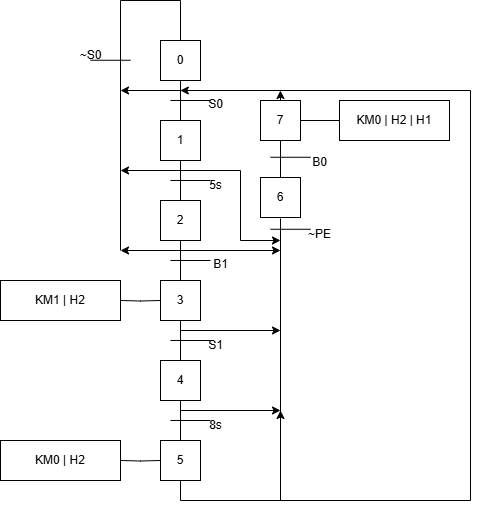
Above: Images/Q3/grafset.png in Filipe-Cavalheiro/TCN_Lab (draw.io), before the change. Source tidied: cells renumbered, new cells last; positions are measured from the earlier drawing's top-left corner, leaving out a move shared by most shapes. Source of this version:
```xml
<mxGraphModel>
  <root>
    <mxCell id="0" />
    <mxCell id="1" parent="0" />
    <mxCell id="2" value="0" style="whiteSpace=wrap;html=1;" parent="1" vertex="1">
      <mxGeometry x="160" y="40" width="40" height="40" as="geometry" />
    </mxCell>
    <mxCell id="3" value="1" style="whiteSpace=wrap;html=1;" parent="1" vertex="1">
      <mxGeometry x="160" y="120" width="40" height="40" as="geometry" />
    </mxCell>
    <mxCell id="4" style="endArrow=none;html=1;rounded=0;entryX=0.5;entryY=1;entryDx=0;entryDy=0;exitX=0.5;exitY=0;exitDx=0;exitDy=0;" parent="1" edge="1" source="3" target="2">
      <mxGeometry relative="1" as="geometry" />
    </mxCell>
    <mxCell id="5" style="endArrow=none;html=1;rounded=0;" parent="1" edge="1">
      <mxGeometry relative="1" as="geometry">
        <mxPoint x="170" y="100" as="sourcePoint" />
        <mxPoint x="210" y="100" as="targetPoint" />
      </mxGeometry>
    </mxCell>
    <mxCell id="6" value="S0" style="text;html=1;align=center;verticalAlign=middle;strokeColor=none;fillColor=none;" parent="1" vertex="1">
      <mxGeometry x="195" y="89" width="40" height="30" as="geometry" />
    </mxCell>
    <mxCell id="7" style="edgeStyle=orthogonalEdgeStyle;rounded=0;jettySize=auto;html=1;exitX=0;exitY=0.5;exitDx=0;exitDy=0;entryX=1;entryY=0.5;entryDx=0;entryDy=0;endArrow=none;startFill=0;" parent="1" edge="1" target="25">
      <mxGeometry relative="1" as="geometry">
        <mxPoint x="160" y="300" as="sourcePoint" />
      </mxGeometry>
    </mxCell>
    <mxCell id="8" value="2" style="whiteSpace=wrap;html=1;" parent="1" vertex="1">
      <mxGeometry x="160" y="200" width="40" height="40" as="geometry" />
    </mxCell>
    <mxCell id="9" style="endArrow=none;html=1;rounded=0;entryX=0.5;entryY=1;entryDx=0;entryDy=0;exitX=0.5;exitY=0;exitDx=0;exitDy=0;" parent="1" edge="1" source="8">
      <mxGeometry relative="1" as="geometry">
        <mxPoint x="180" y="160" as="targetPoint" />
      </mxGeometry>
    </mxCell>
    <mxCell id="10" style="endArrow=none;html=1;rounded=0;" parent="1" edge="1">
      <mxGeometry relative="1" as="geometry">
        <mxPoint x="170" y="180" as="sourcePoint" />
        <mxPoint x="210" y="180" as="targetPoint" />
      </mxGeometry>
    </mxCell>
    <mxCell id="11" value="5s" style="text;html=1;align=center;verticalAlign=middle;strokeColor=none;fillColor=none;" parent="1" vertex="1">
      <mxGeometry x="195" y="170" width="40" height="30" as="geometry" />
    </mxCell>
    <mxCell id="12" value="3" style="whiteSpace=wrap;html=1;" parent="1" vertex="1">
      <mxGeometry x="160" y="280" width="40" height="40" as="geometry" />
    </mxCell>
    <mxCell id="13" style="endArrow=none;html=1;rounded=0;entryX=0.5;entryY=1;entryDx=0;entryDy=0;exitX=0.5;exitY=0;exitDx=0;exitDy=0;" parent="1" edge="1" source="12">
      <mxGeometry relative="1" as="geometry">
        <mxPoint x="180" y="240" as="targetPoint" />
      </mxGeometry>
    </mxCell>
    <mxCell id="14" style="endArrow=none;html=1;rounded=0;" parent="1" edge="1">
      <mxGeometry relative="1" as="geometry">
        <mxPoint x="170" y="260" as="sourcePoint" />
        <mxPoint x="210" y="260" as="targetPoint" />
      </mxGeometry>
    </mxCell>
    <mxCell id="15" value="S1" style="text;html=1;align=center;verticalAlign=middle;strokeColor=none;fillColor=none;" parent="1" vertex="1">
      <mxGeometry x="195" y="330" width="40" height="30" as="geometry" />
    </mxCell>
    <mxCell id="16" style="edgeStyle=orthogonalEdgeStyle;rounded=0;jettySize=auto;html=1;exitX=0;exitY=0.5;exitDx=0;exitDy=0;entryX=1;entryY=0.5;entryDx=0;entryDy=0;endArrow=none;startFill=0;" parent="1" edge="1" target="26">
      <mxGeometry relative="1" as="geometry">
        <mxPoint x="160" y="460" as="sourcePoint" />
      </mxGeometry>
    </mxCell>
    <mxCell id="17" value="4" style="whiteSpace=wrap;html=1;" parent="1" vertex="1">
      <mxGeometry x="160" y="360" width="40" height="40" as="geometry" />
    </mxCell>
    <mxCell id="18" style="endArrow=none;html=1;rounded=0;entryX=0.5;entryY=1;entryDx=0;entryDy=0;exitX=0.5;exitY=0;exitDx=0;exitDy=0;" parent="1" edge="1" source="17">
      <mxGeometry relative="1" as="geometry">
        <mxPoint x="180" y="320" as="targetPoint" />
      </mxGeometry>
    </mxCell>
    <mxCell id="19" style="endArrow=none;html=1;rounded=0;" parent="1" edge="1">
      <mxGeometry relative="1" as="geometry">
        <mxPoint x="170" y="340" as="sourcePoint" />
        <mxPoint x="210" y="340" as="targetPoint" />
      </mxGeometry>
    </mxCell>
    <mxCell id="20" value="8s" style="text;html=1;align=center;verticalAlign=middle;strokeColor=none;fillColor=none;" parent="1" vertex="1">
      <mxGeometry x="195" y="410" width="40" height="30" as="geometry" />
    </mxCell>
    <mxCell id="21" style="edgeStyle=orthogonalEdgeStyle;rounded=0;jettySize=auto;html=1;exitX=0.5;exitY=1;exitDx=0;exitDy=0;" parent="1" edge="1" source="22">
      <mxGeometry relative="1" as="geometry">
        <mxPoint x="179.8" y="90" as="targetPoint" />
        <Array as="points">
          <mxPoint x="180" y="500" />
          <mxPoint x="470" y="500" />
          <mxPoint x="470" y="90" />
        </Array>
      </mxGeometry>
    </mxCell>
    <mxCell id="22" value="5" style="whiteSpace=wrap;html=1;" parent="1" vertex="1">
      <mxGeometry x="160" y="440" width="40" height="40" as="geometry" />
    </mxCell>
    <mxCell id="23" style="endArrow=none;html=1;rounded=0;entryX=0.5;entryY=1;entryDx=0;entryDy=0;exitX=0.5;exitY=0;exitDx=0;exitDy=0;" parent="1" edge="1" source="22">
      <mxGeometry relative="1" as="geometry">
        <mxPoint x="180" y="400" as="targetPoint" />
      </mxGeometry>
    </mxCell>
    <mxCell id="24" style="endArrow=none;html=1;rounded=0;" parent="1" edge="1">
      <mxGeometry relative="1" as="geometry">
        <mxPoint x="170" y="420" as="sourcePoint" />
        <mxPoint x="210" y="420" as="targetPoint" />
      </mxGeometry>
    </mxCell>
    <mxCell id="25" value="KM1 | H2" style="rounded=0;whiteSpace=wrap;html=1;" parent="1" vertex="1">
      <mxGeometry y="280" width="120" height="40" as="geometry" />
    </mxCell>
    <mxCell id="26" value="KM0 | H2" style="rounded=0;whiteSpace=wrap;html=1;" parent="1" vertex="1">
      <mxGeometry y="440" width="120" height="40" as="geometry" />
    </mxCell>
    <mxCell id="27" style="endArrow=classic;html=1;rounded=0;" parent="1" edge="1">
      <mxGeometry relative="1" as="geometry">
        <mxPoint x="180" y="170" as="sourcePoint" />
        <mxPoint x="120" y="170" as="targetPoint" />
      </mxGeometry>
    </mxCell>
    <mxCell id="28" style="endArrow=classic;html=1;rounded=0;" parent="1" edge="1">
      <mxGeometry relative="1" as="geometry">
        <mxPoint x="180" y="90" as="sourcePoint" />
        <mxPoint x="120" y="90" as="targetPoint" />
      </mxGeometry>
    </mxCell>
    <mxCell id="29" style="endArrow=none;html=1;rounded=0;entryX=0.5;entryY=0;entryDx=0;entryDy=0;" parent="1" edge="1" target="2">
      <mxGeometry relative="1" as="geometry">
        <mxPoint x="120" y="250" as="sourcePoint" />
        <Array as="points">
          <mxPoint x="120" />
          <mxPoint x="180" />
        </Array>
      </mxGeometry>
    </mxCell>
    <mxCell id="30" style="endArrow=none;html=1;rounded=0;" parent="1" edge="1">
      <mxGeometry relative="1" as="geometry">
        <mxPoint x="90" y="59.8" as="sourcePoint" />
        <mxPoint x="130" y="59.8" as="targetPoint" />
      </mxGeometry>
    </mxCell>
    <mxCell id="31" value="~S0" style="text;html=1;align=center;verticalAlign=middle;strokeColor=none;fillColor=none;" parent="1" vertex="1">
      <mxGeometry x="65" y="40" width="50" height="30" as="geometry" />
    </mxCell>
    <mxCell id="32" value="B1" style="text;html=1;align=center;verticalAlign=middle;strokeColor=none;fillColor=none;" parent="1" vertex="1">
      <mxGeometry x="200" y="249" width="40" height="30" as="geometry" />
    </mxCell>
    <mxCell id="33" style="endArrow=classic;html=1;rounded=0;" parent="1" edge="1">
      <mxGeometry relative="1" as="geometry">
        <mxPoint x="180" y="250" as="sourcePoint" />
        <mxPoint x="120" y="250" as="targetPoint" />
      </mxGeometry>
    </mxCell>
    <mxCell id="34" style="endArrow=classic;html=1;rounded=0;" parent="1" edge="1">
      <mxGeometry relative="1" as="geometry">
        <mxPoint x="180" y="170" as="sourcePoint" />
        <mxPoint x="280" y="240" as="targetPoint" />
        <Array as="points">
          <mxPoint x="240" y="170" />
          <mxPoint x="240" y="240" />
        </Array>
      </mxGeometry>
    </mxCell>
    <mxCell id="35" style="endArrow=classic;html=1;rounded=0;" parent="1" edge="1">
      <mxGeometry relative="1" as="geometry">
        <mxPoint x="180" y="250" as="sourcePoint" />
        <mxPoint x="280" y="250" as="targetPoint" />
      </mxGeometry>
    </mxCell>
    <mxCell id="36" style="endArrow=classic;html=1;rounded=0;" parent="1" edge="1">
      <mxGeometry relative="1" as="geometry">
        <mxPoint x="180" y="330" as="sourcePoint" />
        <mxPoint x="280" y="330" as="targetPoint" />
      </mxGeometry>
    </mxCell>
    <mxCell id="37" style="endArrow=classic;html=1;rounded=0;" parent="1" edge="1">
      <mxGeometry relative="1" as="geometry">
        <mxPoint x="180" y="410" as="sourcePoint" />
        <mxPoint x="280" y="410" as="targetPoint" />
      </mxGeometry>
    </mxCell>
    <mxCell id="38" style="endArrow=classic;html=1;rounded=0;" parent="1" edge="1">
      <mxGeometry relative="1" as="geometry">
        <mxPoint x="280" y="500" as="sourcePoint" />
        <mxPoint x="280" y="410" as="targetPoint" />
      </mxGeometry>
    </mxCell>
    <mxCell id="39" style="endArrow=none;html=1;rounded=0;" parent="1" edge="1">
      <mxGeometry relative="1" as="geometry">
        <mxPoint x="280" y="468" as="sourcePoint" />
        <mxPoint x="280" y="218" as="targetPoint" />
      </mxGeometry>
    </mxCell>
    <mxCell id="40" style="edgeStyle=orthogonalEdgeStyle;rounded=0;jettySize=auto;html=1;exitX=0.5;exitY=0;exitDx=0;exitDy=0;entryX=0.5;entryY=1;entryDx=0;entryDy=0;endArrow=none;startFill=0;" parent="1" edge="1" source="41" target="47">
      <mxGeometry relative="1" as="geometry" />
    </mxCell>
    <mxCell id="41" value="6" style="rounded=0;whiteSpace=wrap;html=1;" parent="1" vertex="1">
      <mxGeometry x="260" y="177" width="40" height="40" as="geometry" />
    </mxCell>
    <mxCell id="42" value="KM0 | H2 | H1" style="rounded=0;whiteSpace=wrap;html=1;" parent="1" vertex="1">
      <mxGeometry x="339" y="100" width="110" height="40" as="geometry" />
    </mxCell>
    <mxCell id="43" style="endArrow=none;html=1;rounded=0;" parent="1" edge="1">
      <mxGeometry relative="1" as="geometry">
        <mxPoint x="270" y="228.8" as="sourcePoint" />
        <mxPoint x="310" y="228.8" as="targetPoint" />
      </mxGeometry>
    </mxCell>
    <mxCell id="44" value="~PE" style="text;html=1;align=center;verticalAlign=middle;strokeColor=none;fillColor=none;" parent="1" vertex="1">
      <mxGeometry x="294" y="219" width="50" height="30" as="geometry" />
    </mxCell>
    <mxCell id="45" style="edgeStyle=orthogonalEdgeStyle;rounded=0;jettySize=auto;html=1;exitX=1;exitY=0.5;exitDx=0;exitDy=0;entryX=0;entryY=0.5;entryDx=0;entryDy=0;endArrow=none;startFill=0;" parent="1" edge="1" source="47" target="42">
      <mxGeometry relative="1" as="geometry" />
    </mxCell>
    <mxCell id="46" style="edgeStyle=orthogonalEdgeStyle;rounded=0;jettySize=auto;html=1;exitX=0.5;exitY=0;exitDx=0;exitDy=0;" parent="1" edge="1" source="47">
      <mxGeometry relative="1" as="geometry">
        <mxPoint x="279.9" y="90" as="targetPoint" />
      </mxGeometry>
    </mxCell>
    <mxCell id="47" value="7" style="rounded=0;whiteSpace=wrap;html=1;" parent="1" vertex="1">
      <mxGeometry x="260" y="100" width="40" height="40" as="geometry" />
    </mxCell>
    <mxCell id="48" style="endArrow=none;html=1;rounded=0;" parent="1" edge="1">
      <mxGeometry relative="1" as="geometry">
        <mxPoint x="270" y="156.8" as="sourcePoint" />
        <mxPoint x="310" y="156.8" as="targetPoint" />
      </mxGeometry>
    </mxCell>
    <mxCell id="49" value="B0" style="text;html=1;align=center;verticalAlign=middle;strokeColor=none;fillColor=none;" parent="1" vertex="1">
      <mxGeometry x="299" y="147" width="40" height="30" as="geometry" />
    </mxCell>
  </root>
</mxGraphModel>
```
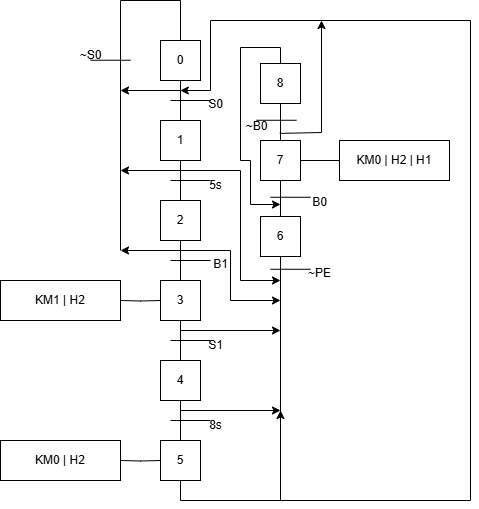
The same file after the commit.

Commit message:
Replaced some of the grafsets

TODO:
- add drawn Images.
- change introductions and conclusions.

Change to the diagram source:
```diff
@@ -87,7 +87,9 @@
         <Array as="points">
           <mxPoint x="180" y="500" />
           <mxPoint x="470" y="500" />
-          <mxPoint x="470" y="90" />
+          <mxPoint x="470" y="20" />
+          <mxPoint x="210" y="20" />
+          <mxPoint x="210" y="90" />
         </Array>
       </mxGeometry>
     </mxCell>
@@ -153,17 +155,21 @@
     <mxCell id="34" style="endArrow=classic;html=1;rounded=0;" parent="1" edge="1">
       <mxGeometry relative="1" as="geometry">
         <mxPoint x="180" y="170" as="sourcePoint" />
-        <mxPoint x="280" y="240" as="targetPoint" />
+        <mxPoint x="280" y="280" as="targetPoint" />
         <Array as="points">
           <mxPoint x="240" y="170" />
-          <mxPoint x="240" y="240" />
+          <mxPoint x="240" y="280" />
         </Array>
       </mxGeometry>
     </mxCell>
     <mxCell id="35" style="endArrow=classic;html=1;rounded=0;" parent="1" edge="1">
       <mxGeometry relative="1" as="geometry">
         <mxPoint x="180" y="250" as="sourcePoint" />
-        <mxPoint x="280" y="250" as="targetPoint" />
+        <mxPoint x="280" y="300" as="targetPoint" />
+        <Array as="points">
+          <mxPoint x="230" y="250" />
+          <mxPoint x="230" y="300" />
+        </Array>
       </mxGeometry>
     </mxCell>
     <mxCell id="36" style="endArrow=classic;html=1;rounded=0;" parent="1" edge="1">
@@ -190,43 +196,80 @@
         <mxPoint x="280" y="218" as="targetPoint" />
       </mxGeometry>
     </mxCell>
-    <mxCell id="40" style="edgeStyle=orthogonalEdgeStyle;rounded=0;jettySize=auto;html=1;exitX=0.5;exitY=0;exitDx=0;exitDy=0;entryX=0.5;entryY=1;entryDx=0;entryDy=0;endArrow=none;startFill=0;" parent="1" edge="1" source="41" target="47">
-      <mxGeometry relative="1" as="geometry" />
+    <mxCell id="40" style="edgeStyle=orthogonalEdgeStyle;rounded=0;jettySize=auto;html=1;exitX=0.5;exitY=0;exitDx=0;exitDy=0;entryX=0.5;entryY=1;entryDx=0;entryDy=0;endArrow=none;startFill=0;" parent="1" edge="1" target="47">
+      <mxGeometry relative="1" as="geometry">
+        <mxPoint x="280" y="217" as="sourcePoint" />
+      </mxGeometry>
     </mxCell>
     <mxCell id="41" value="6" style="rounded=0;whiteSpace=wrap;html=1;" parent="1" vertex="1">
-      <mxGeometry x="260" y="177" width="40" height="40" as="geometry" />
+      <mxGeometry x="260" y="216" width="40" height="40" as="geometry" />
     </mxCell>
     <mxCell id="42" value="KM0 | H2 | H1" style="rounded=0;whiteSpace=wrap;html=1;" parent="1" vertex="1">
-      <mxGeometry x="339" y="100" width="110" height="40" as="geometry" />
+      <mxGeometry x="339" y="140" width="110" height="40" as="geometry" />
     </mxCell>
     <mxCell id="43" style="endArrow=none;html=1;rounded=0;" parent="1" edge="1">
       <mxGeometry relative="1" as="geometry">
-        <mxPoint x="270" y="228.8" as="sourcePoint" />
-        <mxPoint x="310" y="228.8" as="targetPoint" />
+        <mxPoint x="270" y="268.8" as="sourcePoint" />
+        <mxPoint x="310" y="268.8" as="targetPoint" />
       </mxGeometry>
     </mxCell>
     <mxCell id="44" value="~PE" style="text;html=1;align=center;verticalAlign=middle;strokeColor=none;fillColor=none;" parent="1" vertex="1">
-      <mxGeometry x="294" y="219" width="50" height="30" as="geometry" />
+      <mxGeometry x="294" y="258" width="50" height="30" as="geometry" />
     </mxCell>
     <mxCell id="45" style="edgeStyle=orthogonalEdgeStyle;rounded=0;jettySize=auto;html=1;exitX=1;exitY=0.5;exitDx=0;exitDy=0;entryX=0;entryY=0.5;entryDx=0;entryDy=0;endArrow=none;startFill=0;" parent="1" edge="1" source="47" target="42">
       <mxGeometry relative="1" as="geometry" />
     </mxCell>
-    <mxCell id="46" style="edgeStyle=orthogonalEdgeStyle;rounded=0;jettySize=auto;html=1;exitX=0.5;exitY=0;exitDx=0;exitDy=0;" parent="1" edge="1" source="47">
-      <mxGeometry relative="1" as="geometry">
-        <mxPoint x="279.9" y="90" as="targetPoint" />
-      </mxGeometry>
-    </mxCell>
     <mxCell id="47" value="7" style="rounded=0;whiteSpace=wrap;html=1;" parent="1" vertex="1">
-      <mxGeometry x="260" y="100" width="40" height="40" as="geometry" />
+      <mxGeometry x="260" y="140" width="40" height="40" as="geometry" />
     </mxCell>
     <mxCell id="48" style="endArrow=none;html=1;rounded=0;" parent="1" edge="1">
       <mxGeometry relative="1" as="geometry">
-        <mxPoint x="270" y="156.8" as="sourcePoint" />
-        <mxPoint x="310" y="156.8" as="targetPoint" />
+        <mxPoint x="270" y="196.8" as="sourcePoint" />
+        <mxPoint x="310" y="196.8" as="targetPoint" />
       </mxGeometry>
     </mxCell>
     <mxCell id="49" value="B0" style="text;html=1;align=center;verticalAlign=middle;strokeColor=none;fillColor=none;" parent="1" vertex="1">
-      <mxGeometry x="299" y="147" width="40" height="30" as="geometry" />
+      <mxGeometry x="299" y="187" width="40" height="30" as="geometry" />
     </mxCell>
+    <mxCell id="50" style="edgeStyle=orthogonalEdgeStyle;rounded=0;orthogonalLoop=1;jettySize=auto;html=1;exitX=0.5;exitY=0;exitDx=0;exitDy=0;" parent="1" edge="1">
+      <mxGeometry relative="1" as="geometry">
+        <mxPoint x="280" y="67" as="sourcePoint" />
+        <mxPoint x="280" y="204" as="targetPoint" />
+        <Array as="points">
+          <mxPoint x="280" y="47" />
+          <mxPoint x="240" y="47" />
+          <mxPoint x="240" y="160" />
+          <mxPoint x="250" y="160" />
+          <mxPoint x="250" y="204" />
+        </Array>
+      </mxGeometry>
+    </mxCell>
+    <mxCell id="51" value="8" style="rounded=0;whiteSpace=wrap;html=1;" parent="1" vertex="1">
+      <mxGeometry x="260" y="63" width="40" height="40" as="geometry" />
+    </mxCell>
+    <mxCell id="52" style="edgeStyle=orthogonalEdgeStyle;rounded=0;orthogonalLoop=1;jettySize=auto;html=1;exitX=0.5;exitY=0;exitDx=0;exitDy=0;entryX=0.5;entryY=1;entryDx=0;entryDy=0;endArrow=none;startFill=0;" parent="1" edge="1">
+      <mxGeometry relative="1" as="geometry">
+        <mxPoint x="280" y="140" as="sourcePoint" />
+        <mxPoint x="280" y="103" as="targetPoint" />
+      </mxGeometry>
+    </mxCell>
+    <mxCell id="53" style="endArrow=none;html=1;rounded=0;" parent="1" edge="1">
+      <mxGeometry relative="1" as="geometry">
+        <mxPoint x="256" y="119.8" as="sourcePoint" />
+        <mxPoint x="296" y="119.8" as="targetPoint" />
+      </mxGeometry>
+    </mxCell>
+    <mxCell id="54" value="~B0" style="text;html=1;align=center;verticalAlign=middle;strokeColor=none;fillColor=none;" parent="1" vertex="1">
+      <mxGeometry x="231" y="111" width="50" height="30" as="geometry" />
+    </mxCell>
+    <mxCell id="55" style="endArrow=classic;html=1;rounded=0;exitX=0.945;exitY=0.73;exitDx=0;exitDy=0;exitPerimeter=0;" parent="1" edge="1">
+      <mxGeometry relative="1" as="geometry">
+        <mxPoint x="279.2" y="132.9" as="sourcePoint" />
+        <mxPoint x="321" y="20" as="targetPoint" />
+        <Array as="points">
+          <mxPoint x="321" y="132" />
+        </Array>
+      </mxGeometry>
+    </mxCell>
   </root>
 </mxGraphModel>
```
